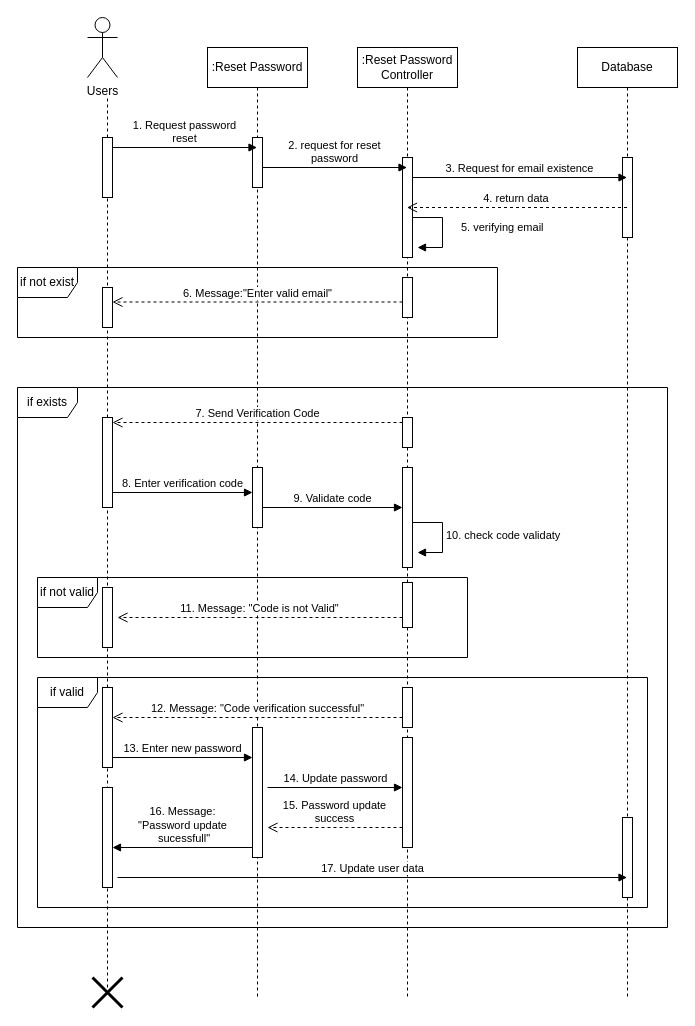
shamim36/Final-Defence-Diagram keeps this draw.io diagram as page "Reset Password" (4 of 15) of Sequence Diagram.drawio. Above is the earlier version. Source tidied: cells renumbered, new cells numbered last; positions are measured from the earlier drawing's top-left corner, leaving out a move shared by most shapes. Both pictures are drawn from the tidied source at 100%, with x=0, y=0 at pixel (17, 17).
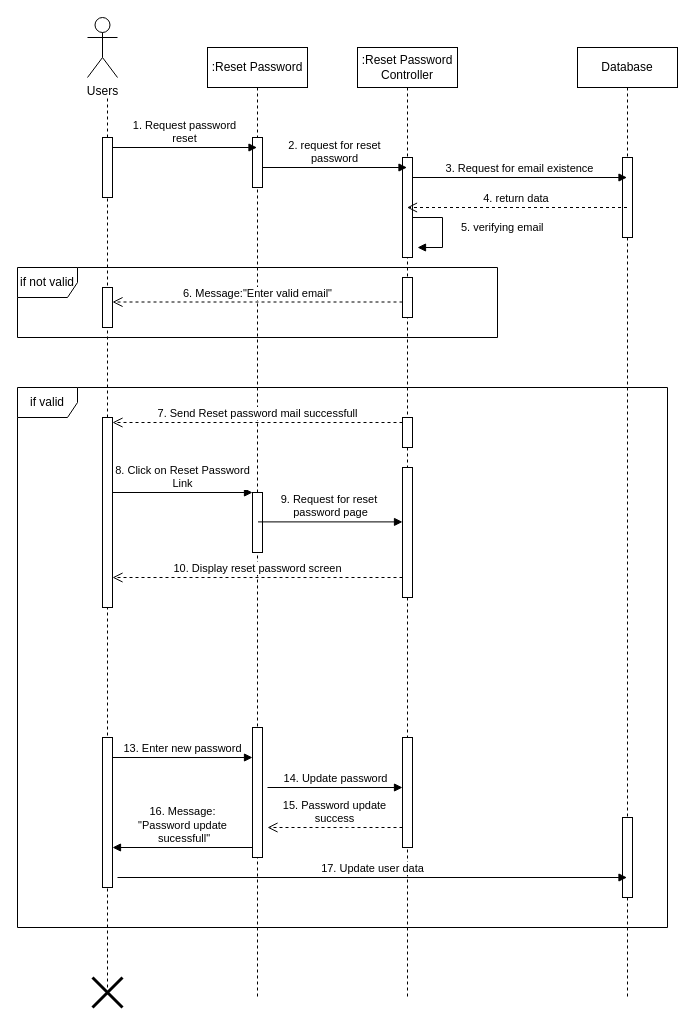
After the change.

The change refers to these unchanged cells:
```xml
<mxCell id="18" style="html=1;points=[[0,0,0,0,5],[0,1,0,0,-5],[1,0,0,0,5],[1,1,0,0,-5]];perimeter=orthogonalPerimeter;outlineConnect=0;targetShapes=umlLifeline;portConstraint=eastwest;newEdgeStyle={&quot;curved&quot;:0,&quot;rounded&quot;:0};" parent="1" vertex="1">
  <mxGeometry x="385" y="400" width="10" height="30" as="geometry" />
</mxCell>
```

What changed in the source:
```diff
@@
-    <mxCell id="13" value="if not exist" style="shape=umlFrame;whiteSpace=wrap;html=1;" parent="1" vertex="1">
+    <mxCell id="13" value="if not valid" style="shape=umlFrame;whiteSpace=wrap;html=1;" parent="1" vertex="1">
       <mxGeometry y="250" width="480" height="70" as="geometry" />
     </mxCell>
@@
-    <mxCell id="17" value="if exists" style="shape=umlFrame;whiteSpace=wrap;html=1;" parent="1" vertex="1">
+    <mxCell id="17" value="if valid" style="shape=umlFrame;whiteSpace=wrap;html=1;" parent="1" vertex="1">
       <mxGeometry y="370" width="650" height="540" as="geometry" />
     </mxCell>
@@
-    <mxCell id="19" value="7. Send Verification Code" style="html=1;verticalAlign=bottom;endArrow=open;dashed=1;endSize=8;curved=0;rounded=0;entryX=1;entryY=0;entryDx=0;entryDy=5;entryPerimeter=0;" parent="1" edge="1" source="18" target="20">
+    <mxCell id="19" value="7. Send Reset password mail successfull" style="html=1;verticalAlign=bottom;endArrow=open;dashed=1;endSize=8;curved=0;rounded=0;entryX=1;entryY=0;entryDx=0;entryDy=5;entryPerimeter=0;" parent="1" edge="1" source="18" target="20">
       <mxGeometry relative="1" as="geometry" />
     </mxCell>
     <mxCell id="20" style="html=1;points=[[0,0,0,0,5],[0,1,0,0,-5],[1,0,0,0,5],[1,1,0,0,-5]];perimeter=orthogonalPerimeter;outlineConnect=0;targetShapes=umlLifeline;portConstraint=eastwest;newEdgeStyle={&quot;curved&quot;:0,&quot;rounded&quot;:0};" parent="1" vertex="1">
-      <mxGeometry x="85" y="400" width="10" height="90" as="geometry" />
+      <mxGeometry x="85" y="400" width="10" height="190" as="geometry" />
     </mxCell>
-    <mxCell id="21" value="8. Enter verification code" style="html=1;verticalAlign=bottom;endArrow=block;curved=0;rounded=0;" parent="1" edge="1" target="22">
+    <mxCell id="21" value="8. Click on Reset Password&lt;div&gt;Link&lt;/div&gt;" style="html=1;verticalAlign=bottom;endArrow=block;curved=0;rounded=0;" parent="1" edge="1" target="22">
       <mxGeometry relative="1" as="geometry">
         <mxPoint x="95" y="475" as="sourcePoint" />
       </mxGeometry>
     </mxCell>
     <mxCell id="22" style="html=1;points=[[0,0,0,0,5],[0,1,0,0,-5],[1,0,0,0,5],[1,1,0,0,-5]];perimeter=orthogonalPerimeter;outlineConnect=0;targetShapes=umlLifeline;portConstraint=eastwest;newEdgeStyle={&quot;curved&quot;:0,&quot;rounded&quot;:0};" parent="1" vertex="1">
-      <mxGeometry x="235" y="450" width="10" height="60" as="geometry" />
+      <mxGeometry x="235" y="475" width="10" height="60" as="geometry" />
     </mxCell>
     <mxCell id="23" style="html=1;perimeter=orthogonalPerimeter;targetShapes=umlLifeline;newEdgeStyle={&quot;curved&quot;:0,&quot;rounded&quot;:0};" parent="1" vertex="1">
-      <mxGeometry x="385" y="450" width="10" height="100" as="geometry" />
+      <mxGeometry x="385" y="450" width="10" height="130" as="geometry" />
     </mxCell>
-    <mxCell id="24" value="9. Validate code" style="html=1;verticalAlign=bottom;endArrow=block;curved=0;rounded=0;" parent="1" edge="1">
-      <mxGeometry relative="1" as="geometry">
-        <mxPoint x="245" y="490" as="sourcePoint" />
-        <mxPoint x="385" y="490" as="targetPoint" />
-      </mxGeometry>
-    </mxCell>
-    <mxCell id="25" value="10. check code validaty" style="html=1;align=left;spacingLeft=2;endArrow=block;rounded=0;edgeStyle=orthogonalEdgeStyle;curved=0;rounded=0;" parent="1" edge="1">
-      <mxGeometry relative="1" as="geometry">
-        <mxPoint x="395" y="505" as="sourcePoint" />
-        <mxPoint x="400" y="535" as="targetPoint" />
-        <Array as="points">
-          <mxPoint x="425" y="535" />
-        </Array>
-      </mxGeometry>
-    </mxCell>
-    <mxCell id="26" value="if not valid" style="shape=umlFrame;whiteSpace=wrap;html=1;" parent="1" vertex="1">
-      <mxGeometry x="20" y="560" width="430" height="80" as="geometry" />
-    </mxCell>
-    <mxCell id="27" style="html=1;points=[[0,0,0,0,5],[0,1,0,0,-5],[1,0,0,0,5],[1,1,0,0,-5]];perimeter=orthogonalPerimeter;outlineConnect=0;targetShapes=umlLifeline;portConstraint=eastwest;newEdgeStyle={&quot;curved&quot;:0,&quot;rounded&quot;:0};" parent="1" vertex="1">
-      <mxGeometry x="385" y="565" width="10" height="45" as="geometry" />
-    </mxCell>
-    <mxCell id="28" style="html=1;perimeter=orthogonalPerimeter;targetShapes=umlLifeline;newEdgeStyle={&quot;curved&quot;:0,&quot;rounded&quot;:0};" parent="1" vertex="1">
-      <mxGeometry x="85" y="570" width="10" height="60" as="geometry" />
-    </mxCell>
-    <mxCell id="29" value="if valid" style="shape=umlFrame;whiteSpace=wrap;html=1;" parent="1" vertex="1">
-      <mxGeometry x="20" y="660" width="610" height="230" as="geometry" />
-    </mxCell>
-    <mxCell id="30" style="html=1;perimeter=orthogonalPerimeter;targetShapes=umlLifeline;newEdgeStyle={&quot;curved&quot;:0,&quot;rounded&quot;:0};" parent="1" vertex="1">
-      <mxGeometry x="385" y="670" width="10" height="40" as="geometry" />
-    </mxCell>
-    <mxCell id="31" style="html=1;points=[[0,0,0,0,5],[0,1,0,0,-5],[1,0,0,0,5],[1,1,0,0,-5]];perimeter=orthogonalPerimeter;outlineConnect=0;targetShapes=umlLifeline;portConstraint=eastwest;newEdgeStyle={&quot;curved&quot;:0,&quot;rounded&quot;:0};" parent="1" vertex="1">
-      <mxGeometry x="85" y="670" width="10" height="80" as="geometry" />
-    </mxCell>
-    <mxCell id="32" value="12. Message: &quot;Code verification successful&quot;" style="html=1;verticalAlign=bottom;endArrow=open;dashed=1;endSize=8;curved=0;rounded=0;" parent="1" edge="1" target="31">
-      <mxGeometry relative="1" as="geometry">
-        <mxPoint x="385" y="700" as="sourcePoint" />
-      </mxGeometry>
-    </mxCell>
-    <mxCell id="33" value="11. Message: &quot;Code is not Valid&quot;" style="html=1;verticalAlign=bottom;endArrow=open;dashed=1;endSize=8;curved=0;rounded=0;" parent="1" edge="1" source="27">
-      <mxGeometry relative="1" as="geometry">
-        <mxPoint x="100" y="600" as="targetPoint" />
-      </mxGeometry>
-    </mxCell>
@@
     <mxCell id="38" style="html=1;perimeter=orthogonalPerimeter;targetShapes=umlLifeline;newEdgeStyle={&quot;curved&quot;:0,&quot;rounded&quot;:0};" parent="1" vertex="1">
-      <mxGeometry x="85" y="770" width="10" height="100" as="geometry" />
+      <mxGeometry x="85" y="720" width="10" height="150" as="geometry" />
     </mxCell>
@@
+    <mxCell id="48" value="9. Request for reset&amp;nbsp;&lt;div&gt;password page&lt;/div&gt;" style="html=1;verticalAlign=bottom;endArrow=block;curved=0;rounded=0;" parent="1" edge="1">
+      <mxGeometry relative="1" as="geometry">
+        <mxPoint x="240.5" y="504.4" as="sourcePoint" />
+        <mxPoint x="385" y="504.4" as="targetPoint" />
+      </mxGeometry>
+    </mxCell>
+    <mxCell id="49" value="10. Display reset password screen" style="html=1;verticalAlign=bottom;endArrow=open;dashed=1;endSize=8;curved=0;rounded=0;entryX=1;entryY=0;entryDx=0;entryDy=5;entryPerimeter=0;" parent="1" edge="1">
+      <mxGeometry relative="1" as="geometry">
+        <mxPoint x="385" y="560" as="sourcePoint" />
+        <mxPoint x="95" y="560" as="targetPoint" />
+      </mxGeometry>
+    </mxCell>
```
